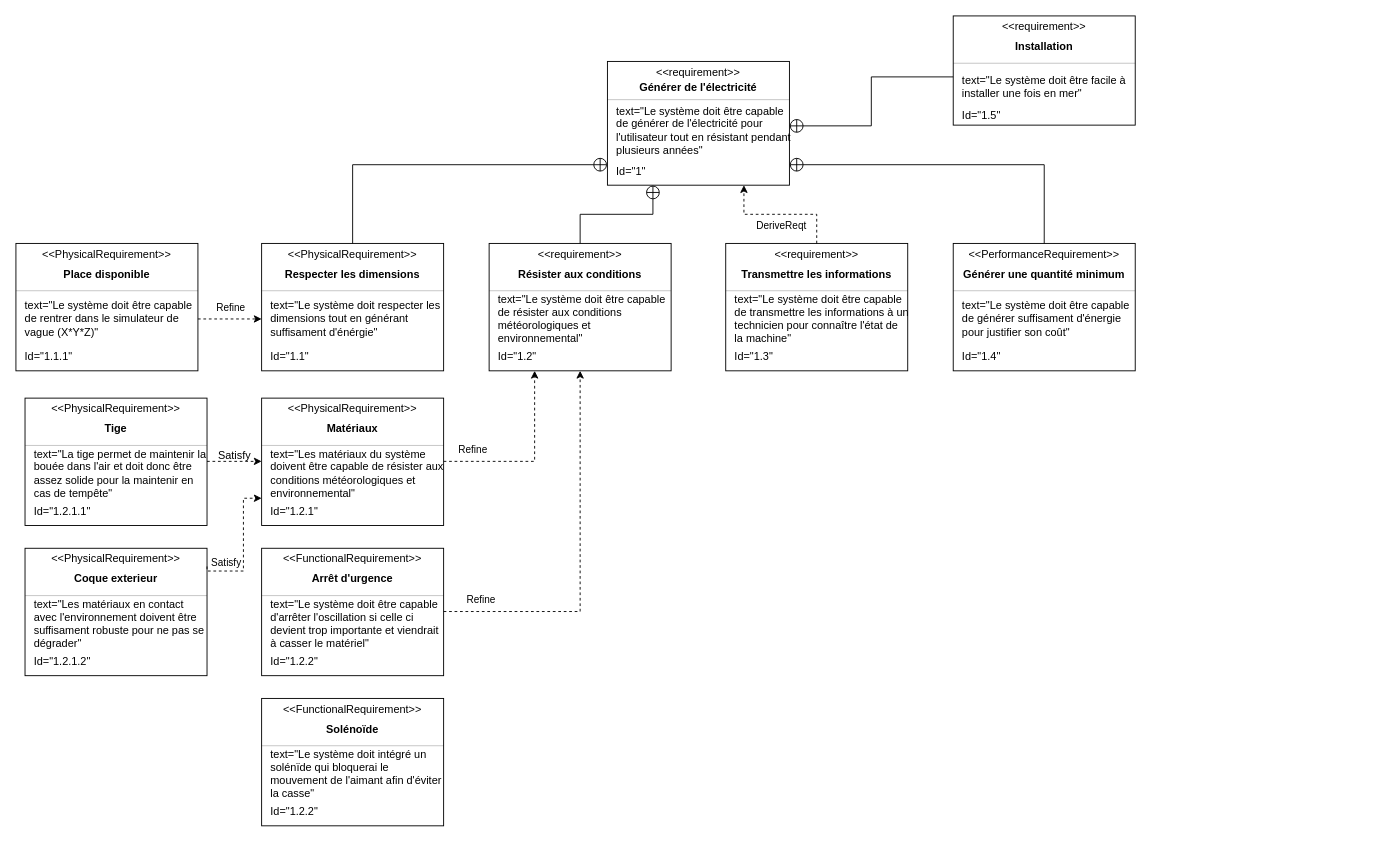
Earlier version of the draw.io diagram Exigences.drawio (ItoKube/FrostedGlass). Source tidied: cells renumbered, new cells numbered last; positions are measured from the earlier drawing's top-left corner, leaving out a move shared by most shapes. Both pictures are drawn from the tidied source at 91%, with x=0, y=0 at pixel (15, 15).
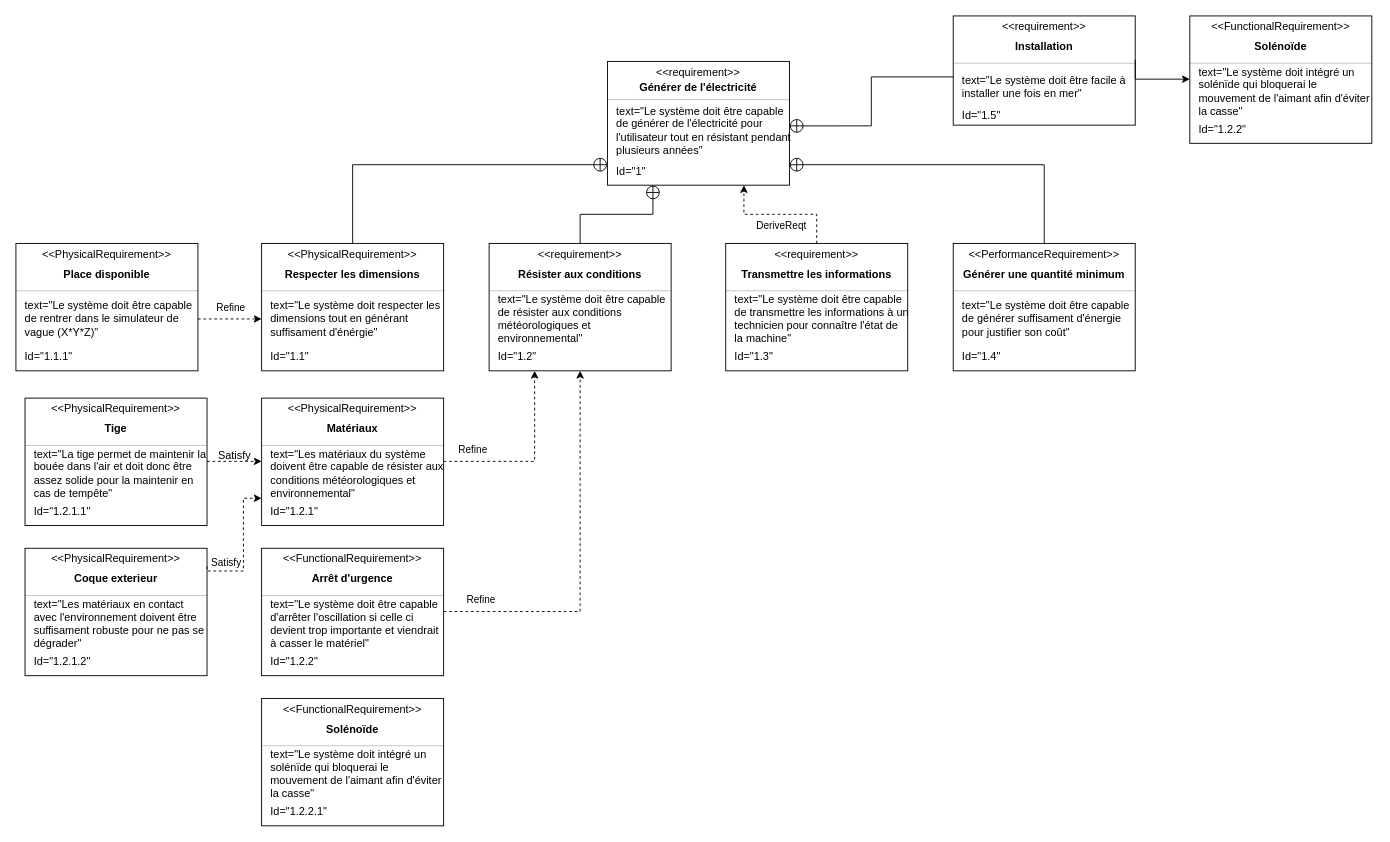
Above is the later version.

Commit message:
Mettre à jour Exigences.drawio

Unchanged cells that the change refers to:
```xml
<mxCell id="44" value="Installation" style="html=1;align=center;spacing=0;verticalAlign=middle;strokeColor=none;fillColor=none;whiteSpace=wrap;fontStyle=1;" parent="42" vertex="1">
  <mxGeometry y="20" width="200" height="28" as="geometry" />
</mxCell>
<mxCell id="95" style="fontStyle=1;align=center;verticalAlign=middle;horizontal=1;" parent="1" vertex="1">
  <mxGeometry x="270" y="750" width="200" height="140" as="geometry" />
</mxCell>
```

Change to the diagram source:
```diff
@@
-    <mxCell id="100" value="Id=&quot;1.2.2&quot;" style="html=1;align=left;spacing=0;verticalAlign=middle;strokeColor=none;fillColor=none;whiteSpace=wrap;spacingLeft=10;" parent="95" vertex="1">
+    <mxCell id="100" value="Id=&quot;1.2.2.1&quot;" style="html=1;align=left;spacing=0;verticalAlign=middle;strokeColor=none;fillColor=none;whiteSpace=wrap;spacingLeft=10;" parent="95" vertex="1">
       <mxGeometry y="110" width="200" height="30" as="geometry" />
     </mxCell>
@@
+    <mxCell id="102" style="fontStyle=1;align=center;verticalAlign=middle;horizontal=1;" parent="1" vertex="1">
+      <mxGeometry x="1290" width="200" height="140" as="geometry" />
+    </mxCell>
+    <mxCell id="103" value="&amp;lt;&amp;lt;FunctionalRequirement&amp;gt;&amp;gt;" style="html=1;align=center;spacing=0;verticalAlign=middle;strokeColor=none;fillColor=none;whiteSpace=wrap;spacingTop=3;" parent="102" vertex="1">
+      <mxGeometry width="200" height="20" as="geometry" />
+    </mxCell>
+    <mxCell id="104" value="Solénoïde" style="html=1;align=center;spacing=0;verticalAlign=middle;strokeColor=none;fillColor=none;whiteSpace=wrap;fontStyle=1;" parent="102" vertex="1">
+      <mxGeometry y="20" width="200" height="28" as="geometry" />
+    </mxCell>
+    <mxCell id="105" style="line;strokeWidth=0.25;fillColor=none;align=left;verticalAlign=middle;spacingTop=-1;spacingLeft=3;spacingRight=3;labelPosition=right;" parent="102" vertex="1">
+      <mxGeometry y="48" width="200" height="8" as="geometry" />
+    </mxCell>
+    <mxCell id="106" value="text=&quot;Le système doit intégré un solénïde qui bloquerai le mouvement de l'aimant afin d'éviter la casse&quot;" style="html=1;align=left;spacing=0;verticalAlign=middle;strokeColor=none;fillColor=none;whiteSpace=wrap;spacingLeft=10;" parent="102" vertex="1">
+      <mxGeometry y="56" width="200" height="54" as="geometry" />
+    </mxCell>
+    <mxCell id="107" value="Id=&quot;1.2.2&quot;" style="html=1;align=left;spacing=0;verticalAlign=middle;strokeColor=none;fillColor=none;whiteSpace=wrap;spacingLeft=10;" parent="102" vertex="1">
+      <mxGeometry y="110" width="200" height="30" as="geometry" />
+    </mxCell>
+    <mxCell id="108" style="html=1;align=center;spacing=0;verticalAlign=middle;strokeColor=none;fillColor=none;whiteSpace=wrap;" parent="102" vertex="1">
+      <mxGeometry y="140" width="200" as="geometry" />
+    </mxCell>
+    <mxCell id="109" style="edgeStyle=orthogonalEdgeStyle;rounded=0;jettySize=auto;html=1;exitX=1;exitY=1;exitDx=0;exitDy=0;entryX=0;entryY=0.25;entryDx=0;entryDy=0;" parent="1" edge="1" source="44" target="106">
+      <mxGeometry relative="1" as="geometry" />
+    </mxCell>
```
